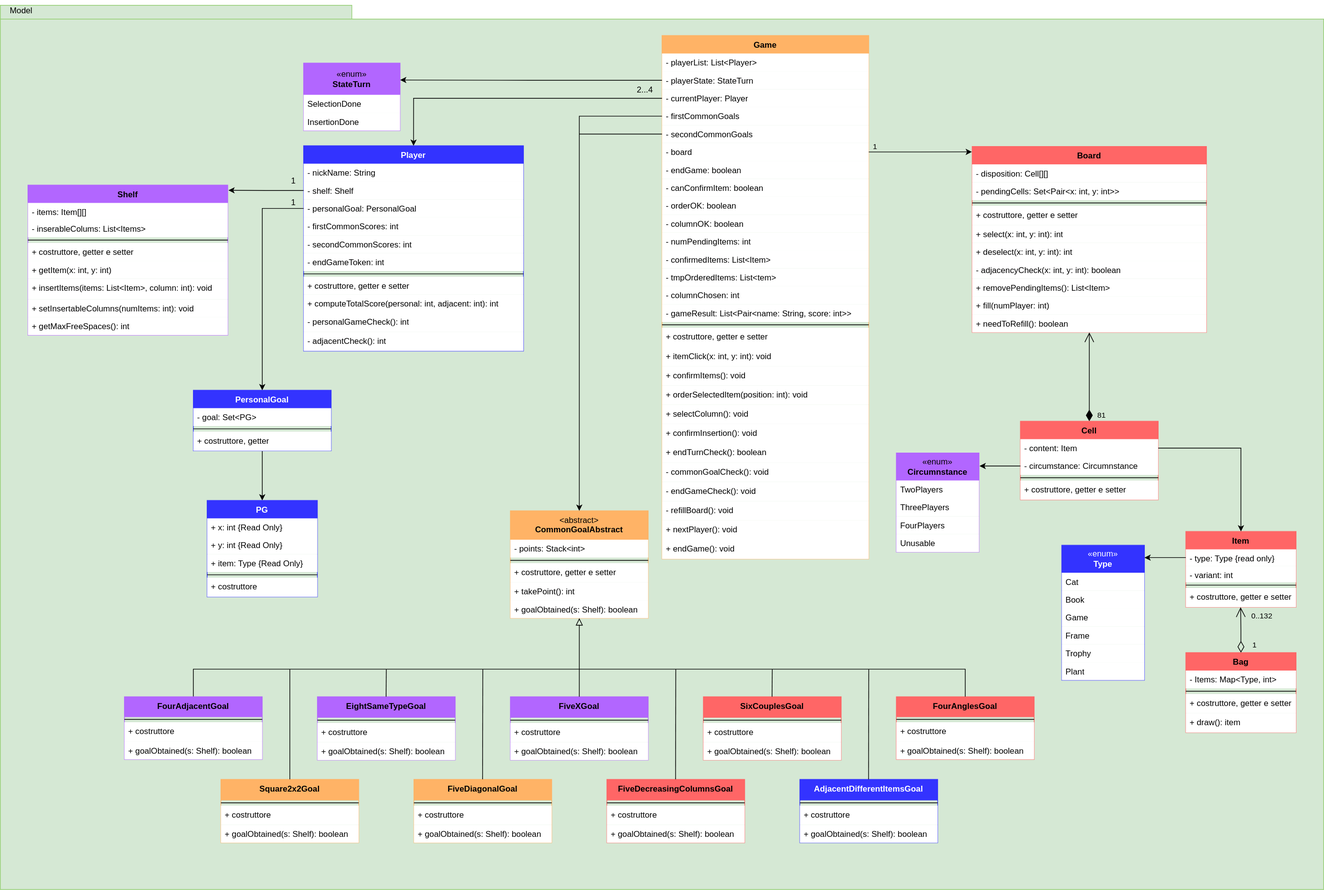
The draw.io diagram deliveries/UML/model.drawio.svg in pontig/ing-sw-2023-pontiggia-pasini-reffo-perriello, before a commit. Source tidied: cells renumbered, new cells last; positions are measured from the earlier drawing's top-left corner, leaving out a move shared by most shapes.
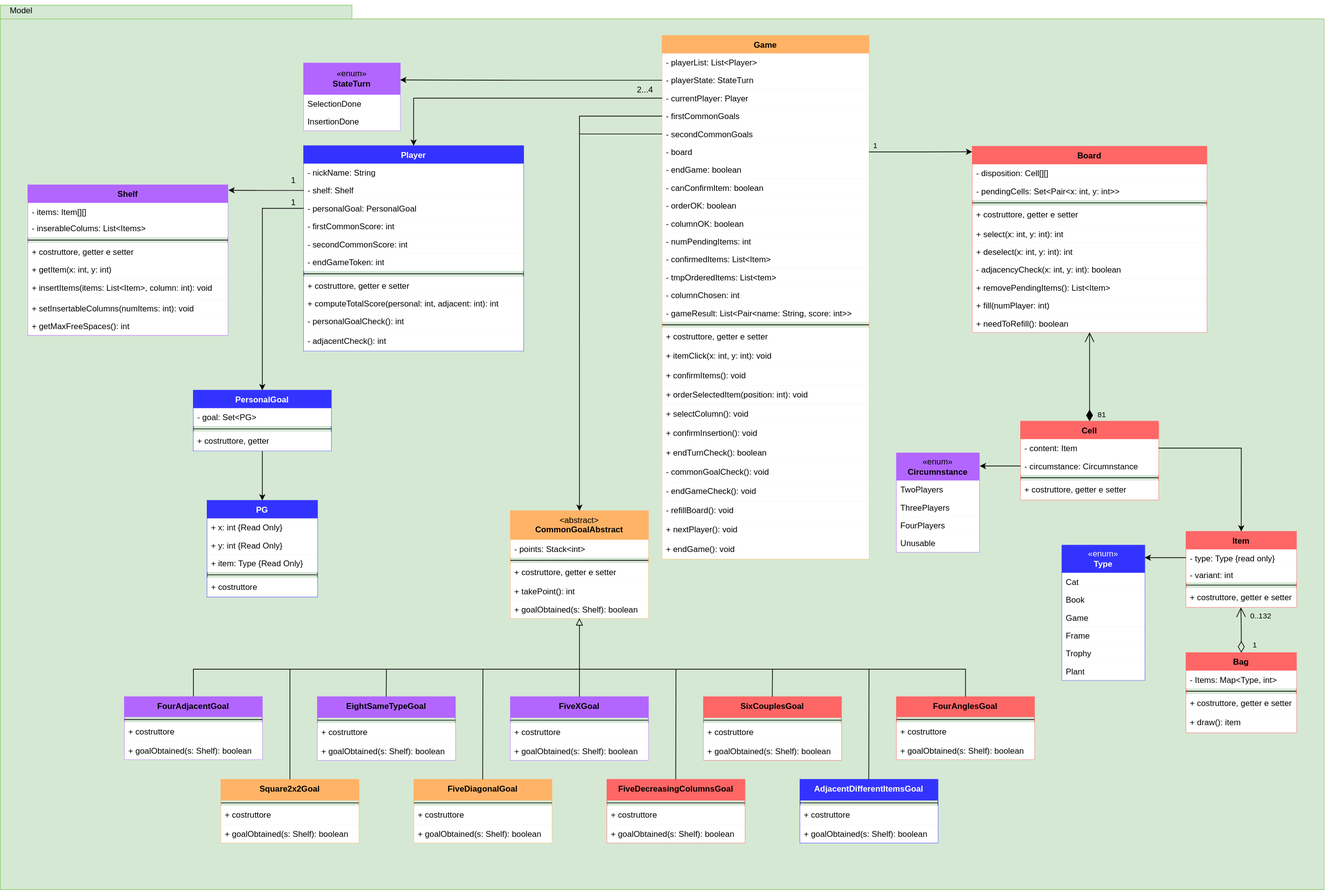
Above is the later version.

Commit message:
Start implementing model

Diff of the diagram source:
```diff
@@ -137,10 +137,10 @@
     <mxCell id="46" value="- personalGoal: PersonalGoal" style="text;align=left;verticalAlign=top;spacingLeft=4;spacingRight=4;overflow=hidden;points=[[0,0.5],[1,0.5]];portConstraint=eastwest;whiteSpace=wrap;html=1;fillColor=default;" parent="43" vertex="1">
       <mxGeometry y="78" width="319" height="26" as="geometry" />
     </mxCell>
-    <mxCell id="47" value="- firstCommonScores: int" style="text;align=left;verticalAlign=top;spacingLeft=4;spacingRight=4;overflow=hidden;whiteSpace=wrap;html=1;fillColor=default;" parent="43" vertex="1">
+    <mxCell id="47" value="- firstCommonScore: int" style="text;align=left;verticalAlign=top;spacingLeft=4;spacingRight=4;overflow=hidden;whiteSpace=wrap;html=1;fillColor=default;" parent="43" vertex="1">
       <mxGeometry y="104" width="319" height="26" as="geometry" />
     </mxCell>
-    <mxCell id="48" value="- secondCommonScores: int" style="text;align=left;verticalAlign=top;spacingLeft=4;spacingRight=4;overflow=hidden;whiteSpace=wrap;html=1;fillColor=default;" parent="43" vertex="1">
+    <mxCell id="48" value="- secondCommonScore: int" style="text;align=left;verticalAlign=top;spacingLeft=4;spacingRight=4;overflow=hidden;whiteSpace=wrap;html=1;fillColor=default;" parent="43" vertex="1">
       <mxGeometry y="130" width="319" height="26" as="geometry" />
     </mxCell>
     <mxCell id="49" value="- endGameToken: int" style="text;align=left;verticalAlign=top;spacingLeft=4;spacingRight=4;overflow=hidden;whiteSpace=wrap;html=1;fillColor=default;" parent="43" vertex="1">
@@ -155,7 +155,7 @@
     <mxCell id="52" value="+ computeTotalScore(personal: int, adjacent: int): int&amp;nbsp;" style="text;align=left;verticalAlign=top;spacingLeft=4;spacingRight=4;overflow=hidden;whiteSpace=wrap;html=1;fillColor=default;" parent="43" vertex="1">
       <mxGeometry y="216" width="319" height="26" as="geometry" />
     </mxCell>
-    <mxCell id="53" value="- personalGameCheck(): int" style="text;strokeColor=none;fillColor=default;align=left;verticalAlign=top;spacingLeft=4;spacingRight=4;overflow=hidden;whiteSpace=wrap;html=1;" parent="43" vertex="1">
+    <mxCell id="53" value="- personalGoalCheck(): int" style="text;strokeColor=none;fillColor=default;align=left;verticalAlign=top;spacingLeft=4;spacingRight=4;overflow=hidden;whiteSpace=wrap;html=1;" parent="43" vertex="1">
       <mxGeometry y="242" width="319" height="28" as="geometry" />
     </mxCell>
     <mxCell id="54" value="- adjacentCheck(): int" style="text;strokeColor=none;fillColor=default;align=left;verticalAlign=top;spacingLeft=4;spacingRight=4;overflow=hidden;whiteSpace=wrap;html=1;" parent="43" vertex="1">
```
